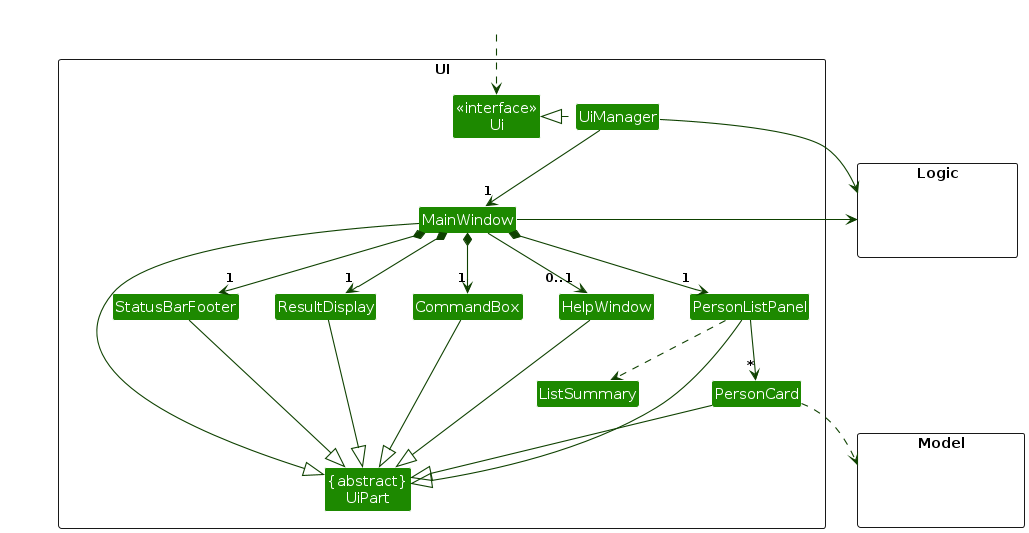
Earlier version of the PlantUML export diagrams/UiClassDiagram.png (AY2627S1-CS2103-F10-1/tp). Its source is kept beside it as diagrams/UiClassDiagram.puml.
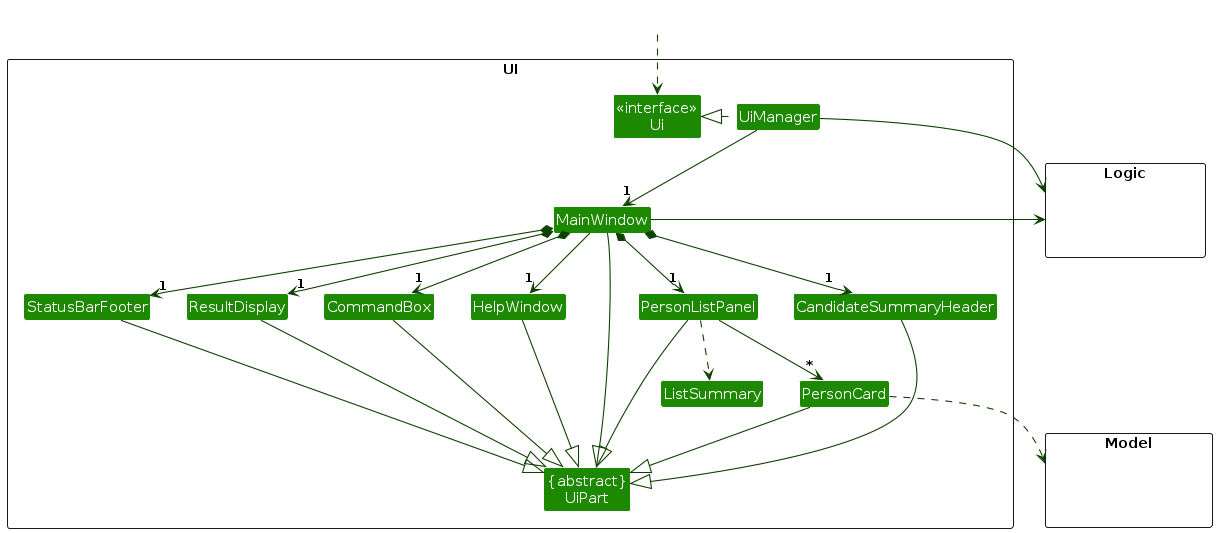
The same file after the commit.

Change to the diagram source:
```diff
@@ -10,6 +10,7 @@
 Class UiManager
 Class MainWindow
 Class HelpWindow
+Class CandidateSummaryHeader
 Class ResultDisplay
 Class PersonListPanel
 Class PersonCard
@@ -31,11 +32,12 @@
 
 UiManager .left.|> Ui
 UiManager -down-> "1" MainWindow
+MainWindow *-down-> "1" CandidateSummaryHeader
 MainWindow *-down->  "1" CommandBox
 MainWindow *-down-> "1" ResultDisplay
 MainWindow *-down-> "1" PersonListPanel
 MainWindow *-down-> "1" StatusBarFooter
-MainWindow --> "0..1" HelpWindow
+MainWindow --> "1" HelpWindow
 
 PersonListPanel -down-> "*" PersonCard
 PersonListPanel ..> ListSummary
@@ -48,12 +50,14 @@
 PersonCard --|> UiPart
 StatusBarFooter --|> UiPart
 HelpWindow --|> UiPart
+CandidateSummaryHeader --|> UiPart
 
 PersonCard ..> Model
 UiManager -right-> Logic
 MainWindow -left-> Logic
 
 PersonListPanel -[hidden]left- HelpWindow
+CandidateSummaryHeader -[hidden]left- PersonListPanel
 HelpWindow -[hidden]left- CommandBox
 CommandBox -[hidden]left- ResultDisplay
 ResultDisplay -[hidden]left- StatusBarFooter
```
